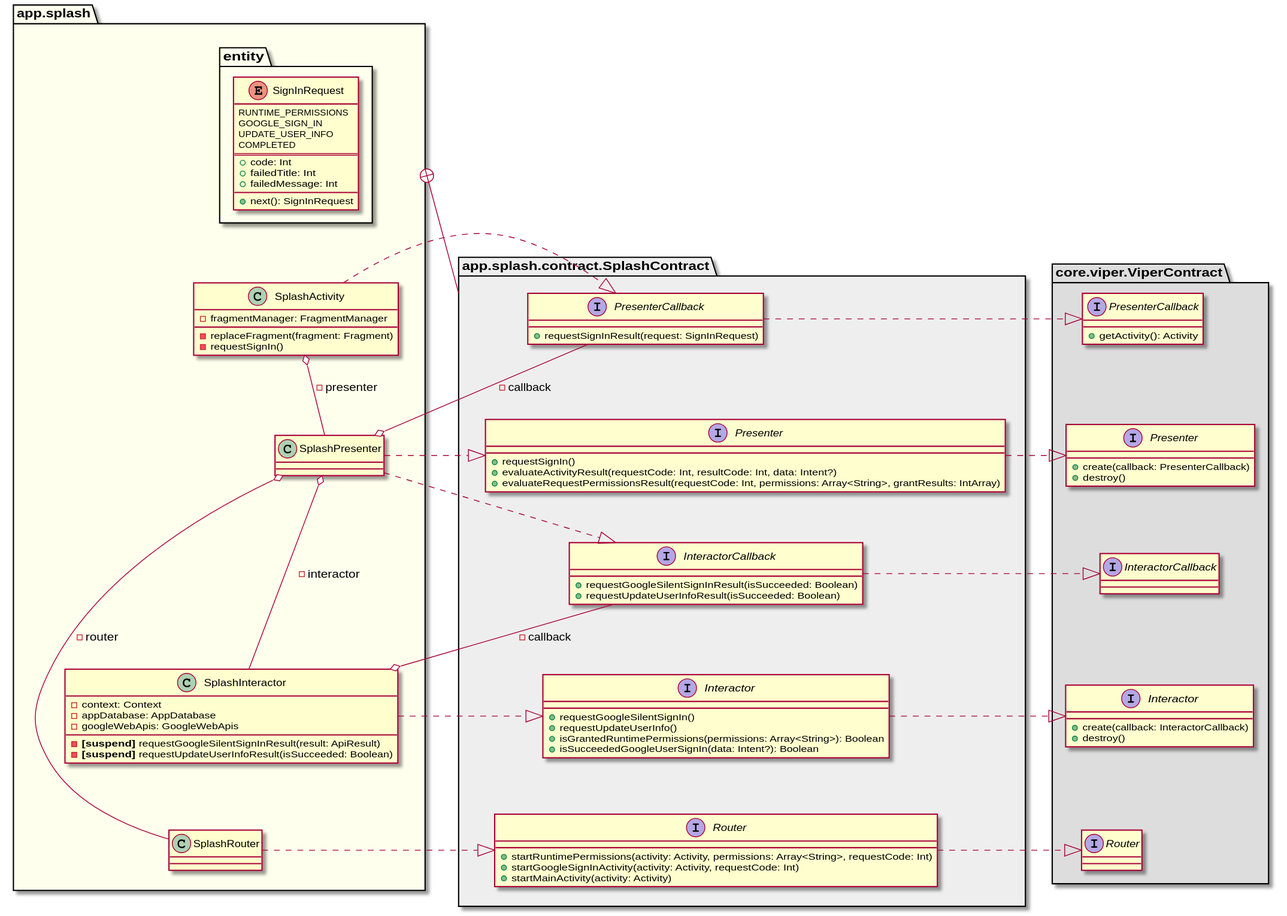
This is uml/splash/class_diagram_splash_viper.svg from sallyluenoa/PhotoSlideShow, a PlantUML export, as it was before one commit.
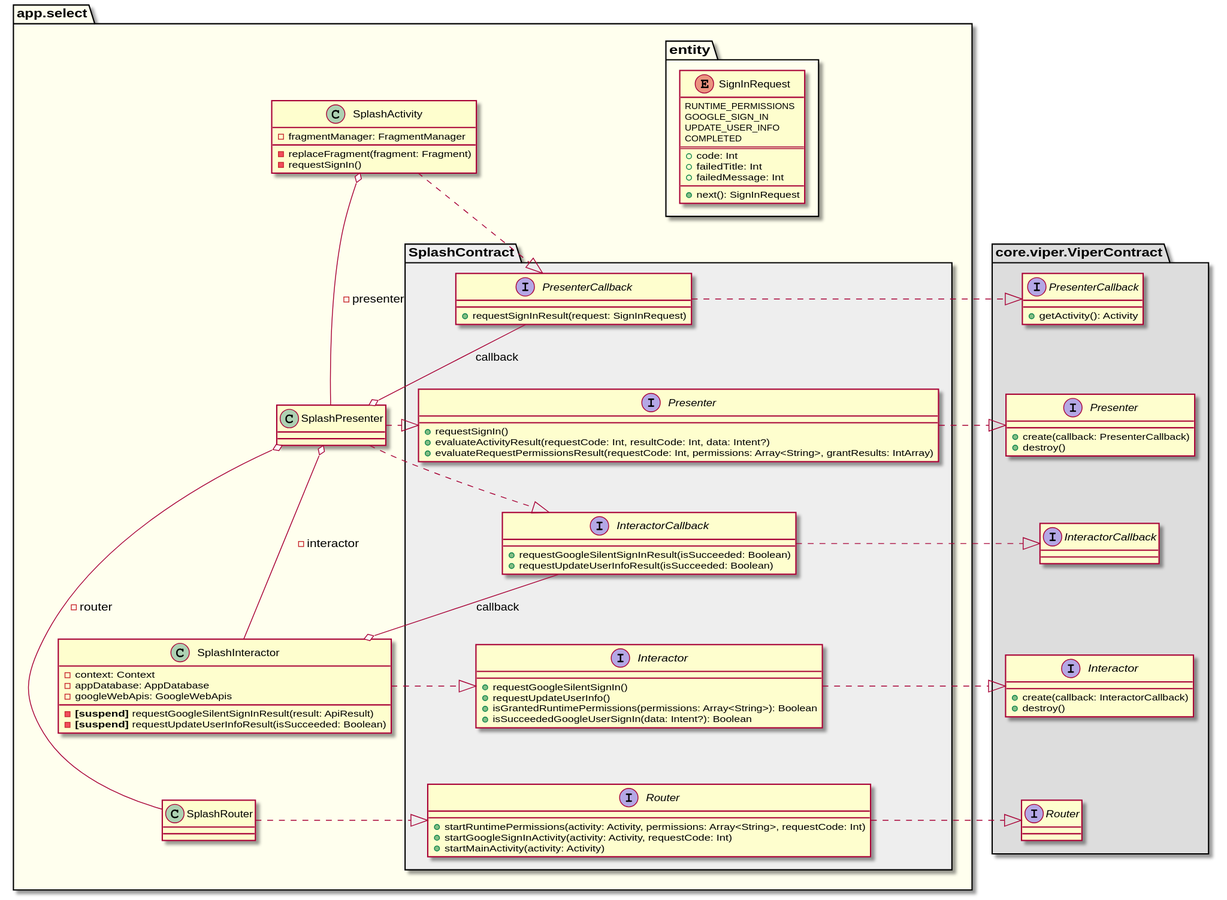
The same file after the commit.

Commit message:
Write UML for design #13

What changed in the source:
```diff
@@ -1,96 +1,4 @@
 @startuml
-namespace app.splash #FFFFEE {
-
-  namespace entity {
-    enum SignInRequest {
-      RUNTIME_PERMISSIONS
-      GOOGLE_SIGN_IN
-      UPDATE_USER_INFO
-      COMPLETED
-      ==
-      + code: Int
-      + failedTitle: Int
-      + failedMessage: Int
-      __
-      + next(): SignInRequest
-    }
-
-    SignInRequest -[hidden]-> app.splash.SplashActivity
-  }
-
-  class SplashActivity {
-    - fragmentManager: FragmentManager
-    - replaceFragment(fragment: Fragment)
-    - requestSignIn()
-  }
-  class SplashPresenter
-  class SplashInteractor {
-    - context: Context
-    - appDatabase: AppDatabase
-    - googleWebApis: GoogleWebApis
-    - <b>[suspend]</b> requestGoogleSilentSignInResult(result: ApiResult)
-    - <b>[suspend]</b> requestUpdateUserInfoResult(isSucceeded: Boolean)
-  }
-  class SplashRouter
-
-  SplashActivity o-- SplashPresenter: - presenter
-  SplashPresenter o--- SplashInteractor: - interactor
-  SplashPresenter o---- SplashRouter: - router
-
-  SplashPresenter .|> app.splash.contract.SplashContract.Presenter
-  SplashInteractor .|> app.splash.contract.SplashContract.Interactor
-  SplashRouter .|> app.splash.contract.SplashContract.Router
-
-  SplashActivity ..|> app.splash.contract.SplashContract.PresenterCallback
-  SplashPresenter o-- app.splash.contract.SplashContract.PresenterCallback: - callback
-  SplashPresenter ..|> app.splash.contract.SplashContract.InteractorCallback
-  SplashInteractor o-- app.splash.contract.SplashContract.InteractorCallback: - callback
-
-  app.splash.contract.SplashContract.Presenter -[hidden]> SplashPresenter
-  app.splash.contract.SplashContract.Interactor -[hidden]> SplashInteractor
-  app.splash.contract.SplashContract.Router -[hidden]> SplashRouter
-
-}
-
-namespace app.splash.contract.SplashContract #EEEEEE {
-  interface Presenter {
-    + requestSignIn()
-    + evaluateActivityResult(requestCode: Int, resultCode: Int, data: Intent?)
-    + evaluateRequestPermissionsResult(requestCode: Int, permissions: Array<String>, grantResults: IntArray)
-  }
-  interface PresenterCallback {
-    + requestSignInResult(request: SignInRequest)
-  }
-  interface Interactor {
-    + requestGoogleSilentSignIn()
-    + requestUpdateUserInfo()
-    + isGrantedRuntimePermissions(permissions: Array<String>): Boolean
-    + isSucceededGoogleUserSignIn(data: Intent?): Boolean
-  }
-  interface InteractorCallback {
-    + requestGoogleSilentSignInResult(isSucceeded: Boolean)
-    + requestUpdateUserInfoResult(isSucceeded: Boolean)
-  }
-  interface Router {
-    + startRuntimePermissions(activity: Activity, permissions: Array<String>, requestCode: Int)
-    + startGoogleSignInActivity(activity: Activity, requestCode: Int)
-    + startMainActivity(activity: Activity)
-  }
-
-  PresenterCallback -[hidden]-> Presenter
-  Presenter -[hidden]-> InteractorCallback
-  InteractorCallback -[hidden]-> Interactor
-  Interactor -[hidden]-> Router
-
-  Presenter .|> core.viper.ViperContract.Presenter
-  PresenterCallback .|> core.viper.ViperContract.PresenterCallback
-  Interactor .|> core.viper.ViperContract.Interactor
-  InteractorCallback .|> core.viper.ViperContract.InteractorCallback
-  Router .|> core.viper.ViperContract.Router
-}
-
-app.splash +-- app.splash.contract.SplashContract
-
 namespace core.viper.ViperContract #DDDDDD {
   interface Presenter {
     + create(callback: PresenterCallback)
@@ -111,4 +19,88 @@
   InteractorCallback -[hidden]-> Interactor
   Interactor -[hidden]-> Router
 }
+
+namespace app.select #FFFFEE {
+
+  namespace app.select.SplashContract #EEEEEE {
+    interface Presenter {
+      + requestSignIn()
+      + evaluateActivityResult(requestCode: Int, resultCode: Int, data: Intent?)
+      + evaluateRequestPermissionsResult(requestCode: Int, permissions: Array<String>, grantResults: IntArray)
+    }
+    interface PresenterCallback {
+      + requestSignInResult(request: SignInRequest)
+    }
+    interface Interactor {
+      + requestGoogleSilentSignIn()
+      + requestUpdateUserInfo()
+      + isGrantedRuntimePermissions(permissions: Array<String>): Boolean
+      + isSucceededGoogleUserSignIn(data: Intent?): Boolean
+    }
+    interface InteractorCallback {
+      + requestGoogleSilentSignInResult(isSucceeded: Boolean)
+      + requestUpdateUserInfoResult(isSucceeded: Boolean)
+    }
+    interface Router {
+      + startRuntimePermissions(activity: Activity, permissions: Array<String>, requestCode: Int)
+      + startGoogleSignInActivity(activity: Activity, requestCode: Int)
+      + startMainActivity(activity: Activity)
+    }
+
+    PresenterCallback -[hidden]-> Presenter
+    Presenter -[hidden]-> InteractorCallback
+    InteractorCallback -[hidden]-> Interactor
+    Interactor -[hidden]-> Router
+  }
+
+  namespace entity {
+    enum SignInRequest {
+      RUNTIME_PERMISSIONS
+      GOOGLE_SIGN_IN
+      UPDATE_USER_INFO
+      COMPLETED
+      ==
+      + code: Int
+      + failedTitle: Int
+      + failedMessage: Int
+      __
+      + next(): SignInRequest
+    }
+  }
+
+  class SplashActivity {
+    - fragmentManager: FragmentManager
+    - replaceFragment(fragment: Fragment)
+    - requestSignIn()
+  }
+  class SplashPresenter
+  class SplashInteractor {
+    - context: Context
+    - appDatabase: AppDatabase
+    - googleWebApis: GoogleWebApis
+    - <b>[suspend]</b> requestGoogleSilentSignInResult(result: ApiResult)
+    - <b>[suspend]</b> requestUpdateUserInfoResult(isSucceeded: Boolean)
+  }
+  class SplashRouter
+
+  SplashActivity o-down-- SplashPresenter: - presenter
+  SplashPresenter o-down-- SplashInteractor: - interactor
+  SplashPresenter o-down--- SplashRouter: - router
+
+  SplashPresenter .right.|> app.select.SplashContract.Presenter
+  SplashInteractor .right.|> app.select.SplashContract.Interactor
+  SplashRouter .right.|> app.select.SplashContract.Router
+
+  SplashPresenter o-up- app.select.SplashContract.PresenterCallback: - callback
+  SplashInteractor o-up- app.select.SplashContract.InteractorCallback: - callback
+
+  SplashActivity .down.|> app.select.SplashContract.PresenterCallback
+  SplashPresenter .down.|> app.select.SplashContract.InteractorCallback
+}
+
+app.select.SplashContract.PresenterCallback .right.|> core.viper.ViperContract.PresenterCallback
+app.select.SplashContract.Presenter .right.|> core.viper.ViperContract.Presenter
+app.select.SplashContract.InteractorCallback .right.|> core.viper.ViperContract.InteractorCallback
+app.select.SplashContract.Interactor .right.|> core.viper.ViperContract.Interactor
+app.select.SplashContract.Router .right.|> core.viper.ViperContract.Router
 @enduml
```
